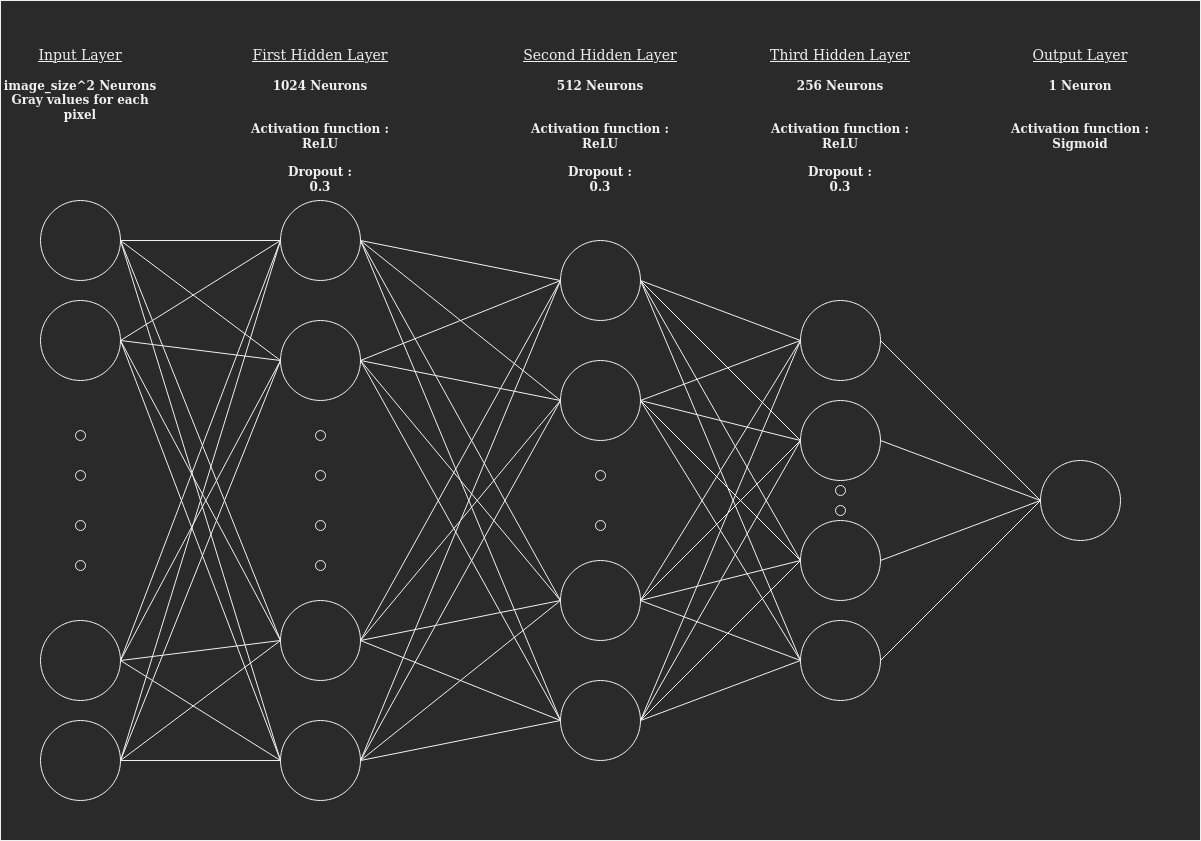
The draw.io diagram Diagrams/GANgster/GANgsterDiscriminator.png in Minigrim0/GANgster, before a commit. Source tidied: cells renumbered, new cells last; positions are measured from the earlier drawing's top-left corner, leaving out a move shared by most shapes.
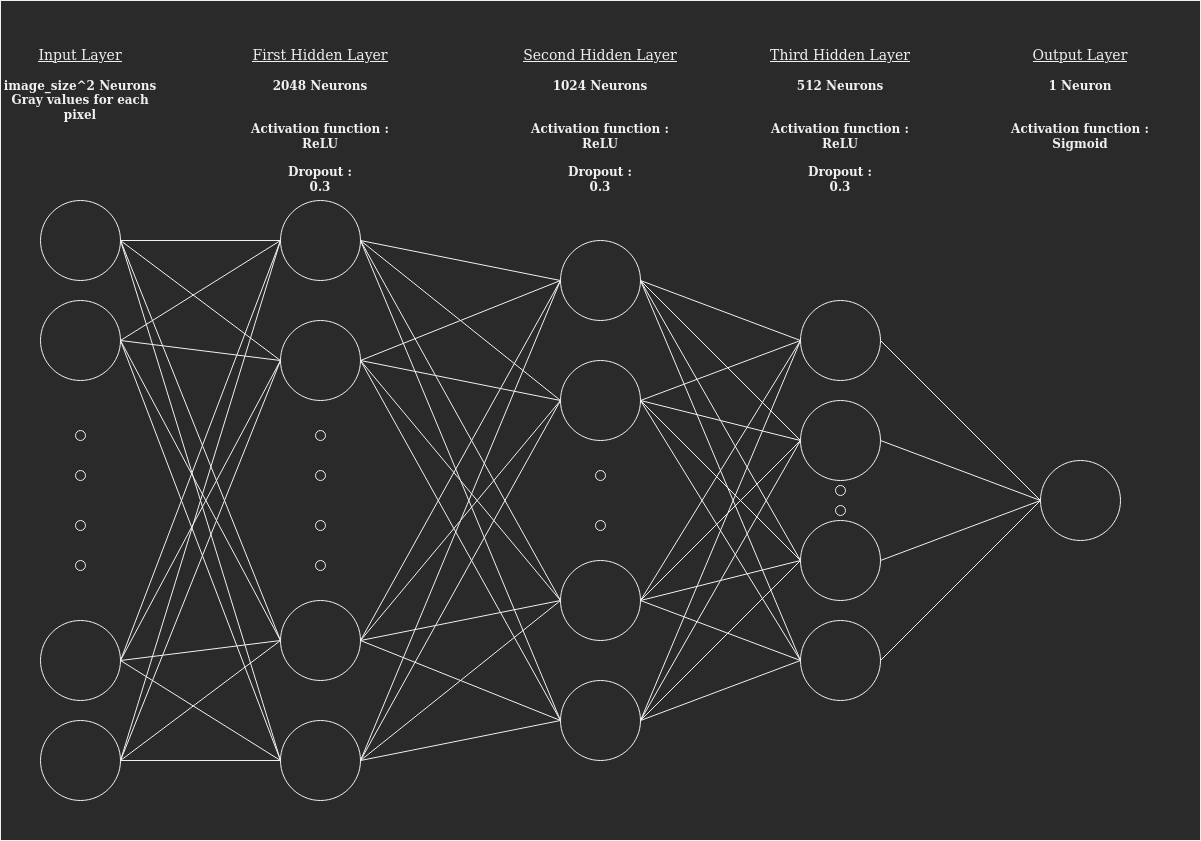
Later version of the same file.

Commit message:
[Upd] diagrams

The edit, as a diff of the source:
```diff
@@ -38,7 +38,7 @@
     <mxCell id="13" value="&lt;div style=&quot;font-size: 14px&quot; align=&quot;center&quot;&gt;&lt;u&gt;Input Layer&lt;/u&gt;&lt;/div&gt;&lt;div align=&quot;center&quot;&gt;&lt;b&gt;&lt;br&gt;&lt;/b&gt;&lt;/div&gt;&lt;div align=&quot;center&quot;&gt;&lt;b&gt;image_size^2 Neurons&lt;/b&gt;&lt;/div&gt;&lt;div align=&quot;center&quot;&gt;&lt;b&gt;Gray values for each pixel&lt;br&gt;&lt;/b&gt;&lt;/div&gt;&lt;div align=&quot;center&quot;&gt;&lt;b&gt;&lt;br&gt;&lt;/b&gt;&lt;/div&gt;" style="text;html=1;strokeColor=none;fillColor=none;align=center;verticalAlign=top;whiteSpace=wrap;rounded=0;" parent="1" vertex="1">
       <mxGeometry y="40" width="160" height="150" as="geometry" />
     </mxCell>
-    <mxCell id="14" value="&lt;u&gt;&lt;font style=&quot;font-size: 14px&quot;&gt;First Hidden Layer&lt;/font&gt;&lt;br&gt;&lt;/u&gt;&lt;div align=&quot;center&quot;&gt;&lt;b&gt;&lt;br&gt;&lt;/b&gt;&lt;/div&gt;&lt;div align=&quot;center&quot;&gt;&lt;b&gt;1024 Neurons&lt;br&gt;&lt;/b&gt;&lt;/div&gt;&lt;div align=&quot;center&quot;&gt;&lt;b&gt;&lt;br&gt;&lt;/b&gt;&lt;/div&gt;&lt;div align=&quot;center&quot;&gt;&lt;b&gt;&lt;br&gt;&lt;/b&gt;&lt;/div&gt;&lt;div align=&quot;center&quot;&gt;&lt;b&gt;Activation function :&lt;/b&gt;&lt;/div&gt;&lt;div align=&quot;center&quot;&gt;&lt;b&gt;ReLU&lt;br&gt;&lt;/b&gt;&lt;/div&gt;&lt;div align=&quot;center&quot;&gt;&lt;b&gt;&lt;br&gt;&lt;/b&gt;&lt;/div&gt;&lt;div align=&quot;center&quot;&gt;&lt;b&gt;Dropout :&lt;/b&gt;&lt;/div&gt;&lt;div align=&quot;center&quot;&gt;&lt;b&gt;0.3&lt;br&gt;&lt;/b&gt;&lt;/div&gt;&lt;div align=&quot;center&quot;&gt;&lt;b&gt;&lt;br&gt;&lt;/b&gt;&lt;/div&gt;" style="text;html=1;strokeColor=none;fillColor=none;align=center;verticalAlign=top;whiteSpace=wrap;rounded=0;" parent="1" vertex="1">
+    <mxCell id="14" value="&lt;u&gt;&lt;font style=&quot;font-size: 14px&quot;&gt;First Hidden Layer&lt;/font&gt;&lt;br&gt;&lt;/u&gt;&lt;div align=&quot;center&quot;&gt;&lt;b&gt;&lt;br&gt;&lt;/b&gt;&lt;/div&gt;&lt;div align=&quot;center&quot;&gt;&lt;b&gt;2048 Neurons&lt;br&gt;&lt;/b&gt;&lt;/div&gt;&lt;div align=&quot;center&quot;&gt;&lt;b&gt;&lt;br&gt;&lt;/b&gt;&lt;/div&gt;&lt;div align=&quot;center&quot;&gt;&lt;b&gt;&lt;br&gt;&lt;/b&gt;&lt;/div&gt;&lt;div align=&quot;center&quot;&gt;&lt;b&gt;Activation function :&lt;/b&gt;&lt;/div&gt;&lt;div align=&quot;center&quot;&gt;&lt;b&gt;ReLU&lt;br&gt;&lt;/b&gt;&lt;/div&gt;&lt;div align=&quot;center&quot;&gt;&lt;b&gt;&lt;br&gt;&lt;/b&gt;&lt;/div&gt;&lt;div align=&quot;center&quot;&gt;&lt;b&gt;Dropout :&lt;/b&gt;&lt;/div&gt;&lt;div align=&quot;center&quot;&gt;&lt;b&gt;0.3&lt;br&gt;&lt;/b&gt;&lt;/div&gt;&lt;div align=&quot;center&quot;&gt;&lt;b&gt;&lt;br&gt;&lt;/b&gt;&lt;/div&gt;" style="text;html=1;strokeColor=none;fillColor=none;align=center;verticalAlign=top;whiteSpace=wrap;rounded=0;" parent="1" vertex="1">
       <mxGeometry x="240" y="40" width="160" height="150" as="geometry" />
     </mxCell>
     <mxCell id="15" style="endArrow=none;html=1;entryX=0;entryY=0.5;entryDx=0;entryDy=0;exitX=1;exitY=0.5;exitDx=0;exitDy=0;" parent="1" edge="1" source="3" target="5">
@@ -83,7 +83,7 @@
     <mxCell id="28" style="ellipse;whiteSpace=wrap;html=1;" parent="1" vertex="1">
       <mxGeometry x="595" y="470" width="10" height="10" as="geometry" />
     </mxCell>
-    <mxCell id="29" value="&lt;u&gt;&lt;font style=&quot;font-size: 14px&quot;&gt;Second Hidden Layer&lt;/font&gt;&lt;br&gt;&lt;/u&gt;&lt;div align=&quot;center&quot;&gt;&lt;b&gt;&lt;br&gt;&lt;/b&gt;&lt;/div&gt;&lt;div align=&quot;center&quot;&gt;&lt;b&gt;512 Neurons&lt;br&gt;&lt;/b&gt;&lt;/div&gt;&lt;div align=&quot;center&quot;&gt;&lt;b&gt;&lt;br&gt;&lt;/b&gt;&lt;/div&gt;&lt;div align=&quot;center&quot;&gt;&lt;b&gt;&lt;br&gt;&lt;/b&gt;&lt;/div&gt;&lt;div align=&quot;center&quot;&gt;&lt;b&gt;Activation function :&lt;/b&gt;&lt;/div&gt;&lt;div align=&quot;center&quot;&gt;&lt;b&gt;ReLU&lt;br&gt;&lt;/b&gt;&lt;/div&gt;&lt;div align=&quot;center&quot;&gt;&lt;b&gt;&lt;br&gt;&lt;/b&gt;&lt;/div&gt;&lt;div align=&quot;center&quot;&gt;&lt;b&gt;Dropout :&lt;/b&gt;&lt;/div&gt;&lt;div align=&quot;center&quot;&gt;&lt;b&gt;0.3&lt;br&gt;&lt;/b&gt;&lt;/div&gt;&lt;div align=&quot;center&quot;&gt;&lt;b&gt;&lt;br&gt;&lt;/b&gt;&lt;/div&gt;" style="text;html=1;strokeColor=none;fillColor=none;align=center;verticalAlign=top;whiteSpace=wrap;rounded=0;" parent="1" vertex="1">
+    <mxCell id="29" value="&lt;u&gt;&lt;font style=&quot;font-size: 14px&quot;&gt;Second Hidden Layer&lt;/font&gt;&lt;br&gt;&lt;/u&gt;&lt;div align=&quot;center&quot;&gt;&lt;b&gt;&lt;br&gt;&lt;/b&gt;&lt;/div&gt;&lt;div align=&quot;center&quot;&gt;&lt;b&gt;1024 Neurons&lt;br&gt;&lt;/b&gt;&lt;/div&gt;&lt;div align=&quot;center&quot;&gt;&lt;b&gt;&lt;br&gt;&lt;/b&gt;&lt;/div&gt;&lt;div align=&quot;center&quot;&gt;&lt;b&gt;&lt;br&gt;&lt;/b&gt;&lt;/div&gt;&lt;div align=&quot;center&quot;&gt;&lt;b&gt;Activation function :&lt;/b&gt;&lt;/div&gt;&lt;div align=&quot;center&quot;&gt;&lt;b&gt;ReLU&lt;br&gt;&lt;/b&gt;&lt;/div&gt;&lt;div align=&quot;center&quot;&gt;&lt;b&gt;&lt;br&gt;&lt;/b&gt;&lt;/div&gt;&lt;div align=&quot;center&quot;&gt;&lt;b&gt;Dropout :&lt;/b&gt;&lt;/div&gt;&lt;div align=&quot;center&quot;&gt;&lt;b&gt;0.3&lt;br&gt;&lt;/b&gt;&lt;/div&gt;&lt;div align=&quot;center&quot;&gt;&lt;b&gt;&lt;br&gt;&lt;/b&gt;&lt;/div&gt;" style="text;html=1;strokeColor=none;fillColor=none;align=center;verticalAlign=top;whiteSpace=wrap;rounded=0;" parent="1" vertex="1">
       <mxGeometry x="520" y="40" width="160" height="150" as="geometry" />
     </mxCell>
     <mxCell id="30" style="endArrow=none;html=1;entryX=0;entryY=0.5;entryDx=0;entryDy=0;exitX=1;exitY=0.5;exitDx=0;exitDy=0;" parent="1" edge="1" source="8" target="25">
@@ -162,7 +162,7 @@
     <mxCell id="51" style="ellipse;whiteSpace=wrap;html=1;" parent="1" vertex="1">
       <mxGeometry x="835" y="485" width="10" height="10" as="geometry" />
     </mxCell>
-    <mxCell id="52" value="&lt;u style=&quot;font-size: 14px&quot;&gt;Third&lt;font style=&quot;font-size: 14px&quot;&gt; Hidden Layer&lt;/font&gt;&lt;br&gt;&lt;/u&gt;&lt;div align=&quot;center&quot;&gt;&lt;b&gt;&lt;br&gt;&lt;/b&gt;&lt;/div&gt;&lt;div align=&quot;center&quot;&gt;&lt;b&gt;256 Neurons&lt;br&gt;&lt;/b&gt;&lt;/div&gt;&lt;div align=&quot;center&quot;&gt;&lt;b&gt;&lt;br&gt;&lt;/b&gt;&lt;/div&gt;&lt;div align=&quot;center&quot;&gt;&lt;b&gt;&lt;br&gt;&lt;/b&gt;&lt;/div&gt;&lt;div align=&quot;center&quot;&gt;&lt;b&gt;Activation function :&lt;/b&gt;&lt;/div&gt;&lt;div align=&quot;center&quot;&gt;&lt;b&gt;ReLU&lt;br&gt;&lt;/b&gt;&lt;/div&gt;&lt;div align=&quot;center&quot;&gt;&lt;b&gt;&lt;br&gt;&lt;/b&gt;&lt;/div&gt;&lt;div align=&quot;center&quot;&gt;&lt;b&gt;Dropout :&lt;/b&gt;&lt;/div&gt;&lt;div align=&quot;center&quot;&gt;&lt;b&gt;0.3&lt;br&gt;&lt;/b&gt;&lt;/div&gt;&lt;div align=&quot;center&quot;&gt;&lt;b&gt;&lt;br&gt;&lt;/b&gt;&lt;/div&gt;" style="text;html=1;strokeColor=none;fillColor=none;align=center;verticalAlign=top;whiteSpace=wrap;rounded=0;" parent="1" vertex="1">
+    <mxCell id="52" value="&lt;u style=&quot;font-size: 14px&quot;&gt;Third&lt;font style=&quot;font-size: 14px&quot;&gt; Hidden Layer&lt;/font&gt;&lt;br&gt;&lt;/u&gt;&lt;div align=&quot;center&quot;&gt;&lt;b&gt;&lt;br&gt;&lt;/b&gt;&lt;/div&gt;&lt;div align=&quot;center&quot;&gt;&lt;b&gt;512 Neurons&lt;br&gt;&lt;/b&gt;&lt;/div&gt;&lt;div align=&quot;center&quot;&gt;&lt;b&gt;&lt;br&gt;&lt;/b&gt;&lt;/div&gt;&lt;div align=&quot;center&quot;&gt;&lt;b&gt;&lt;br&gt;&lt;/b&gt;&lt;/div&gt;&lt;div align=&quot;center&quot;&gt;&lt;b&gt;Activation function :&lt;/b&gt;&lt;/div&gt;&lt;div align=&quot;center&quot;&gt;&lt;b&gt;ReLU&lt;br&gt;&lt;/b&gt;&lt;/div&gt;&lt;div align=&quot;center&quot;&gt;&lt;b&gt;&lt;br&gt;&lt;/b&gt;&lt;/div&gt;&lt;div align=&quot;center&quot;&gt;&lt;b&gt;Dropout :&lt;/b&gt;&lt;/div&gt;&lt;div align=&quot;center&quot;&gt;&lt;b&gt;0.3&lt;br&gt;&lt;/b&gt;&lt;/div&gt;&lt;div align=&quot;center&quot;&gt;&lt;b&gt;&lt;br&gt;&lt;/b&gt;&lt;/div&gt;" style="text;html=1;strokeColor=none;fillColor=none;align=center;verticalAlign=top;whiteSpace=wrap;rounded=0;" parent="1" vertex="1">
       <mxGeometry x="760" y="40" width="160" height="150" as="geometry" />
     </mxCell>
     <mxCell id="53" style="endArrow=none;html=1;entryX=0;entryY=0.5;entryDx=0;entryDy=0;exitX=1;exitY=0.5;exitDx=0;exitDy=0;" parent="1" edge="1" source="23" target="46">
```
